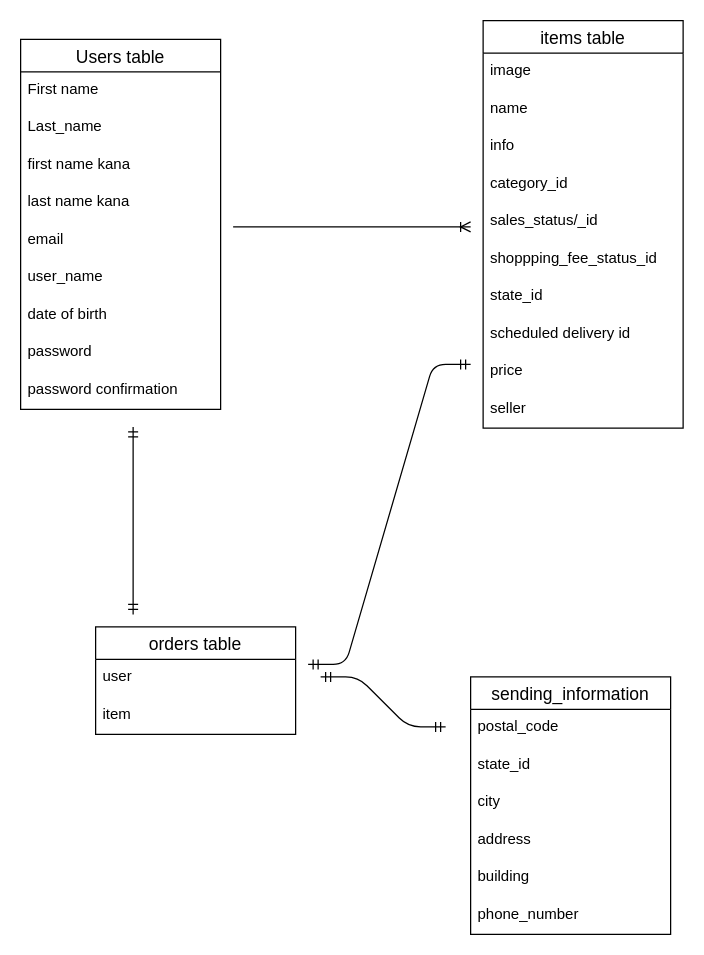
Above: test.dio in Lisakinomayoi/furiko (draw.io), before the change. Source tidied: cells renumbered, new cells numbered last; positions are measured from the earlier drawing's top-left corner, leaving out a move shared by most shapes. Both pictures are drawn from the tidied source at 125%, with x=0, y=0 at pixel (20, 20).
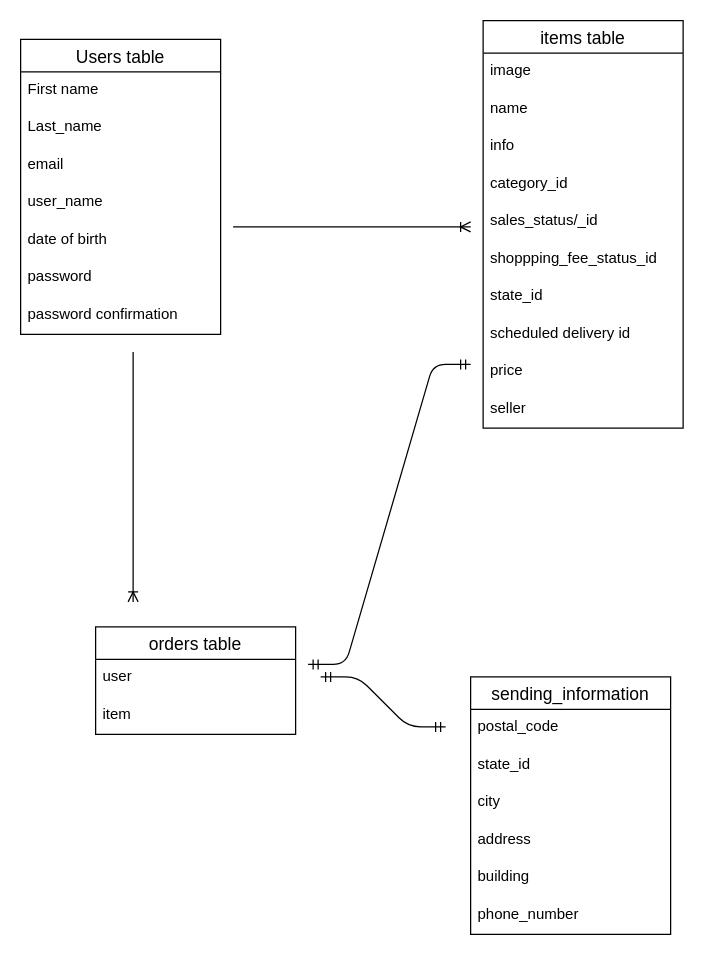
After the change.

Change to the diagram source:
```diff
@@
     <mxCell id="2" value="Users table" style="swimlane;fontStyle=0;horizontal=1;startSize=26;align=center;fontSize=14;" parent="1" vertex="1">
-      <mxGeometry y="15" width="160" height="296" as="geometry" />
+      <mxGeometry y="15" width="160" height="236" as="geometry" />
     </mxCell>
@@
-    <mxCell id="5" value="first name kana" style="text;strokeColor=none;fillColor=none;spacingLeft=4;spacingRight=4;overflow=hidden;fontSize=12;" parent="2" vertex="1">
-      <mxGeometry y="86" width="160" height="30" as="geometry" />
-    </mxCell>
-    <mxCell id="6" value="last name kana" style="text;strokeColor=none;fillColor=none;spacingLeft=4;spacingRight=4;overflow=hidden;fontSize=12;" parent="2" vertex="1">
-      <mxGeometry y="116" width="160" height="30" as="geometry" />
-    </mxCell>
     <mxCell id="7" value="email" style="text;strokeColor=none;fillColor=none;spacingLeft=4;spacingRight=4;overflow=hidden;fontSize=12;" parent="2" vertex="1">
-      <mxGeometry y="146" width="160" height="30" as="geometry" />
+      <mxGeometry y="86" width="160" height="30" as="geometry" />
     </mxCell>
     <mxCell id="8" value="user_name" style="text;strokeColor=none;fillColor=none;spacingLeft=4;spacingRight=4;overflow=hidden;fontSize=12;" parent="2" vertex="1">
-      <mxGeometry y="176" width="160" height="30" as="geometry" />
+      <mxGeometry y="116" width="160" height="30" as="geometry" />
     </mxCell>
     <mxCell id="9" value="date of birth" style="text;strokeColor=none;fillColor=none;spacingLeft=4;spacingRight=4;overflow=hidden;fontSize=12;" parent="2" vertex="1">
-      <mxGeometry y="206" width="160" height="30" as="geometry" />
+      <mxGeometry y="146" width="160" height="30" as="geometry" />
     </mxCell>
     <mxCell id="10" value="password" style="text;strokeColor=none;fillColor=none;spacingLeft=4;spacingRight=4;overflow=hidden;fontSize=12;" parent="2" vertex="1">
-      <mxGeometry y="236" width="160" height="30" as="geometry" />
+      <mxGeometry y="176" width="160" height="30" as="geometry" />
     </mxCell>
     <mxCell id="11" value="password confirmation" style="text;strokeColor=none;fillColor=none;spacingLeft=4;spacingRight=4;overflow=hidden;fontSize=12;" parent="2" vertex="1">
-      <mxGeometry y="266" width="160" height="30" as="geometry" />
+      <mxGeometry y="206" width="160" height="30" as="geometry" />
     </mxCell>
@@
-    <mxCell id="36" style="fontSize=12;html=1;endArrow=ERmandOne;startArrow=ERmandOne;" parent="1" edge="1">
-      <mxGeometry relative="1" as="geometry">
-        <mxPoint x="90" y="475" as="sourcePoint" />
-        <mxPoint x="90" y="325" as="targetPoint" />
-      </mxGeometry>
-    </mxCell>
+    <mxCell id="37" style="fontSize=12;html=1;endArrow=ERoneToMany;" parent="1" edge="1">
+      <mxGeometry relative="1" as="geometry">
+        <mxPoint x="90" y="265" as="sourcePoint" />
+        <mxPoint x="90" y="465" as="targetPoint" />
+      </mxGeometry>
+    </mxCell>
```
